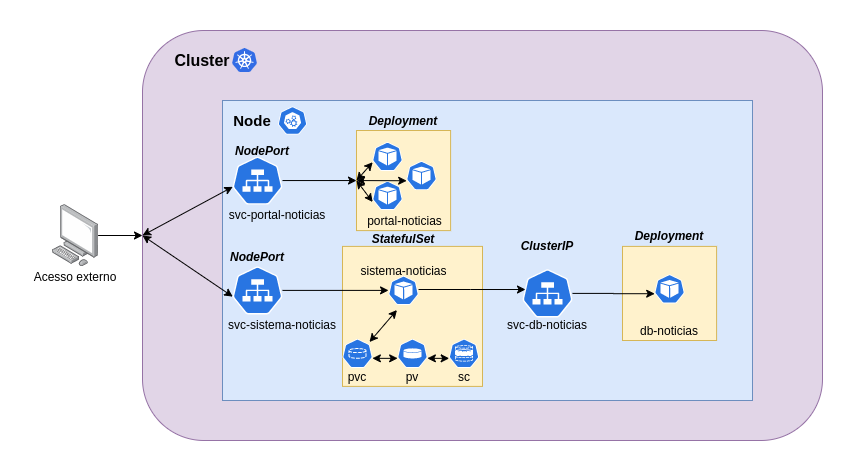
The draw.io diagram project_architecture.png in jonathanmdr/kubernetes, before a commit. Source tidied: cells renumbered, new cells last; positions are measured from the earlier drawing's top-left corner, leaving out a move shared by most shapes.
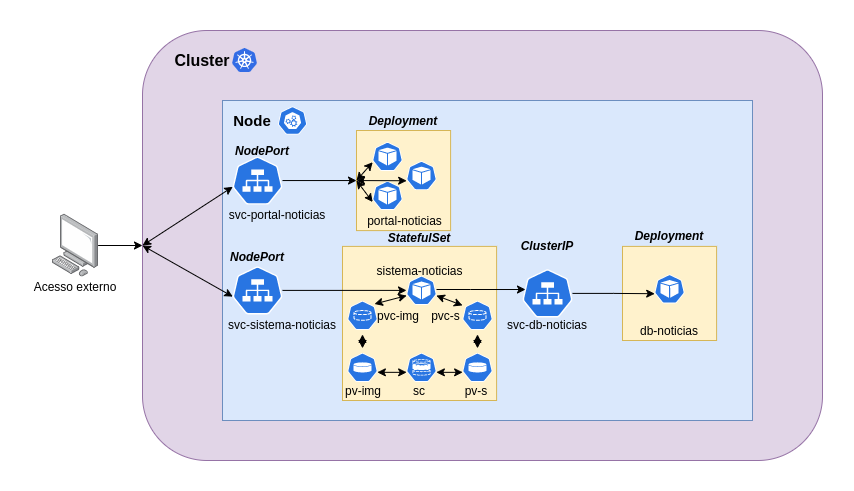
Above is the later version.

Commit message:
Nova imagem da arquitetura

What changed in the source:
```diff
@@ -3,19 +3,19 @@
     <mxCell id="0" />
     <mxCell id="1" parent="0" />
     <mxCell id="2" style="rounded=1;whiteSpace=wrap;html=1;fillColor=#e1d5e7;strokeColor=#9673a6;" parent="1" vertex="1">
-      <mxGeometry x="112" width="680" height="410" as="geometry" />
+      <mxGeometry x="112" width="680" height="430" as="geometry" />
     </mxCell>
     <mxCell id="3" style="edgeStyle=orthogonalEdgeStyle;rounded=0;jettySize=auto;html=1;" parent="1" edge="1" source="4" target="2">
       <mxGeometry relative="1" as="geometry" />
     </mxCell>
     <mxCell id="4" style="points=[];html=1;align=center;shadow=0;dashed=0;image;image=img/lib/allied_telesis/computer_and_terminals/Personal_Computer.svg;" parent="1" vertex="1">
-      <mxGeometry x="22" y="174.1" width="45.6" height="61.8" as="geometry" />
+      <mxGeometry x="22" y="174.1" width="45.6" height="81.8" as="geometry" />
     </mxCell>
     <mxCell id="5" value="&lt;font style=&quot;font-size: 16px&quot;&gt;&lt;b&gt;Cluster&lt;/b&gt;&lt;/font&gt;" style="text;html=1;strokeColor=none;fillColor=none;align=center;verticalAlign=middle;whiteSpace=wrap;rounded=0;" parent="1" vertex="1">
       <mxGeometry x="152" y="20" width="40" height="20" as="geometry" />
     </mxCell>
     <mxCell id="6" style="rounded=0;whiteSpace=wrap;html=1;fillColor=#dae8fc;strokeColor=#6c8ebf;" parent="1" vertex="1">
-      <mxGeometry x="192" y="70" width="530" height="300" as="geometry" />
+      <mxGeometry x="192" y="70" width="530" height="320" as="geometry" />
     </mxCell>
     <mxCell id="7" value="&lt;b&gt;&lt;font style=&quot;font-size: 15px&quot;&gt;Node&lt;/font&gt;&lt;/b&gt;" style="text;html=1;strokeColor=none;fillColor=none;align=center;verticalAlign=middle;whiteSpace=wrap;rounded=0;" parent="1" vertex="1">
       <mxGeometry x="202" y="80" width="40" height="20" as="geometry" />
@@ -42,7 +42,7 @@
       <mxGeometry x="192" y="283.9" width="120" height="20" as="geometry" />
     </mxCell>
     <mxCell id="15" value="Acesso externo" style="text;html=1;strokeColor=none;fillColor=none;align=center;verticalAlign=middle;whiteSpace=wrap;rounded=0;" parent="1" vertex="1">
-      <mxGeometry x="-0.2" y="235.9" width="90" height="20" as="geometry" />
+      <mxGeometry x="-0.2" y="235.9" width="90" height="40" as="geometry" />
     </mxCell>
     <mxCell id="16" value="&lt;b&gt;&lt;i&gt;NodePort&lt;/i&gt;&lt;/b&gt;" style="text;html=1;strokeColor=none;fillColor=none;align=center;verticalAlign=middle;whiteSpace=wrap;rounded=0;" parent="1" vertex="1">
       <mxGeometry x="212" y="110" width="40" height="20" as="geometry" />
@@ -78,10 +78,10 @@
       <mxGeometry x="329.1" y="180.1" width="91" height="20" as="geometry" />
     </mxCell>
     <mxCell id="27" style="whiteSpace=wrap;html=1;fillColor=#fff2cc;strokeColor=#d6b656;" parent="1" vertex="1">
-      <mxGeometry x="312" y="215.9" width="140" height="140" as="geometry" />
+      <mxGeometry x="312" y="215.9" width="154.1" height="154.1" as="geometry" />
     </mxCell>
     <mxCell id="28" value="sistema-noticias" style="text;html=1;strokeColor=none;fillColor=none;align=center;verticalAlign=middle;whiteSpace=wrap;rounded=0;" parent="1" vertex="1">
-      <mxGeometry x="327.5" y="230" width="91" height="20" as="geometry" />
+      <mxGeometry x="343.5" y="230" width="91" height="20" as="geometry" />
     </mxCell>
     <mxCell id="29" style="edgeStyle=orthogonalEdgeStyle;rounded=0;jettySize=auto;html=1;entryX=0.06;entryY=0.428;entryDx=0;entryDy=0;entryPerimeter=0;" parent="1" edge="1" source="30" target="18">
       <mxGeometry relative="1" as="geometry">
@@ -91,13 +91,13 @@
       </mxGeometry>
     </mxCell>
     <mxCell id="30" style="html=1;dashed=0;whitespace=wrap;fillColor=#2875E2;strokeColor=#ffffff;points=[[0.005,0.63,0],[0.1,0.2,0],[0.9,0.2,0],[0.5,0,0],[0.995,0.63,0],[0.72,0.99,0],[0.5,1,0],[0.28,0.99,0]];shape=mxgraph.kubernetes.icon;prIcon=pod;" parent="1" vertex="1">
-      <mxGeometry x="358.1" y="239.9" width="30" height="40" as="geometry" />
+      <mxGeometry x="376" y="239.9" width="30" height="40" as="geometry" />
     </mxCell>
     <mxCell id="31" style="edgeStyle=orthogonalEdgeStyle;rounded=0;jettySize=auto;html=1;" parent="1" edge="1" source="13" target="30">
       <mxGeometry relative="1" as="geometry" />
     </mxCell>
     <mxCell id="32" value="&lt;b&gt;&lt;i&gt;StatefulSet&lt;br&gt;&lt;/i&gt;&lt;/b&gt;" style="text;html=1;strokeColor=none;fillColor=none;align=center;verticalAlign=middle;whiteSpace=wrap;rounded=0;" parent="1" vertex="1">
-      <mxGeometry x="353" y="195" width="40" height="25" as="geometry" />
+      <mxGeometry x="369" y="194.1" width="40" height="25" as="geometry" />
     </mxCell>
     <mxCell id="33" style="whiteSpace=wrap;html=1;fillColor=#fff2cc;strokeColor=#d6b656;" parent="1" vertex="1">
       <mxGeometry x="592" y="215.9" width="94.1" height="94.1" as="geometry" />
@@ -112,13 +112,13 @@
       <mxGeometry x="604" y="290" width="70" height="20" as="geometry" />
     </mxCell>
     <mxCell id="37" style="html=1;dashed=0;whitespace=wrap;fillColor=#2875E2;strokeColor=#ffffff;points=[[0.005,0.63,0],[0.1,0.2,0],[0.9,0.2,0],[0.5,0,0],[0.995,0.63,0],[0.72,0.99,0],[0.5,1,0],[0.28,0.99,0]];shape=mxgraph.kubernetes.icon;prIcon=pvc;" parent="1" vertex="1">
-      <mxGeometry x="312" y="303.9" width="30" height="38" as="geometry" />
+      <mxGeometry x="317" y="265.9" width="30" height="38" as="geometry" />
     </mxCell>
     <mxCell id="38" style="html=1;dashed=0;whitespace=wrap;fillColor=#2875E2;strokeColor=#ffffff;points=[[0.005,0.63,0],[0.1,0.2,0],[0.9,0.2,0],[0.5,0,0],[0.995,0.63,0],[0.72,0.99,0],[0.5,1,0],[0.28,0.99,0]];shape=mxgraph.kubernetes.icon;prIcon=pv;" parent="1" vertex="1">
-      <mxGeometry x="367" y="303.9" width="30" height="38" as="geometry" />
+      <mxGeometry x="317" y="317.9" width="30" height="38" as="geometry" />
     </mxCell>
     <mxCell id="39" style="html=1;dashed=0;whitespace=wrap;fillColor=#2875E2;strokeColor=#ffffff;points=[[0.005,0.63,0],[0.1,0.2,0],[0.9,0.2,0],[0.5,0,0],[0.995,0.63,0],[0.72,0.99,0],[0.5,1,0],[0.28,0.99,0]];shape=mxgraph.kubernetes.icon;prIcon=sc;" parent="1" vertex="1">
-      <mxGeometry x="418.6" y="303.9" width="30" height="38" as="geometry" />
+      <mxGeometry x="376" y="317.9" width="30" height="38" as="geometry" />
     </mxCell>
     <mxCell id="40" style="endArrow=classic;startArrow=classic;html=1;entryX=0.005;entryY=0.63;entryDx=0;entryDy=0;entryPerimeter=0;exitX=0;exitY=0.5;exitDx=0;exitDy=0;" parent="1" edge="1" source="21" target="22">
       <mxGeometry relative="1" as="geometry" />
@@ -132,23 +132,20 @@
     <mxCell id="43" style="edgeStyle=orthogonalEdgeStyle;rounded=0;jettySize=auto;html=1;entryX=0.005;entryY=0.63;entryDx=0;entryDy=0;entryPerimeter=0;" parent="1" edge="1" source="18" target="34">
       <mxGeometry relative="1" as="geometry" />
     </mxCell>
-    <mxCell id="44" style="endArrow=classic;startArrow=classic;html=1;entryX=0.28;entryY=0.99;entryDx=0;entryDy=0;entryPerimeter=0;exitX=0.9;exitY=0.2;exitDx=0;exitDy=0;exitPerimeter=0;" parent="1" edge="1" source="37" target="30">
+    <mxCell id="44" style="endArrow=classic;startArrow=classic;html=1;entryX=0.005;entryY=0.63;entryDx=0;entryDy=0;entryPerimeter=0;exitX=0.9;exitY=0.2;exitDx=0;exitDy=0;exitPerimeter=0;" parent="1" edge="1" source="37" target="30">
       <mxGeometry relative="1" as="geometry" />
     </mxCell>
-    <mxCell id="45" style="endArrow=classic;startArrow=classic;html=1;exitX=0.995;exitY=0.63;exitDx=0;exitDy=0;exitPerimeter=0;entryX=0.005;entryY=0.63;entryDx=0;entryDy=0;entryPerimeter=0;" parent="1" edge="1" source="37" target="38">
-      <mxGeometry relative="1" as="geometry" />
-    </mxCell>
     <mxCell id="46" style="endArrow=classic;startArrow=classic;html=1;exitX=0.995;exitY=0.63;exitDx=0;exitDy=0;exitPerimeter=0;entryX=0.005;entryY=0.63;entryDx=0;entryDy=0;entryPerimeter=0;" parent="1" edge="1" source="38" target="39">
       <mxGeometry relative="1" as="geometry" />
     </mxCell>
-    <mxCell id="47" value="pvc" style="text;html=1;strokeColor=none;fillColor=none;align=center;verticalAlign=middle;whiteSpace=wrap;rounded=0;" parent="1" vertex="1">
-      <mxGeometry x="317" y="335.9" width="20" height="20" as="geometry" />
+    <mxCell id="47" value="pvc-img" style="text;html=1;strokeColor=none;fillColor=none;align=center;verticalAlign=middle;whiteSpace=wrap;rounded=0;" parent="1" vertex="1">
+      <mxGeometry x="343.1" y="274.9" width="50" height="20" as="geometry" />
     </mxCell>
-    <mxCell id="48" value="pv" style="text;html=1;strokeColor=none;fillColor=none;align=center;verticalAlign=middle;whiteSpace=wrap;rounded=0;" parent="1" vertex="1">
-      <mxGeometry x="372" y="335.9" width="20" height="20" as="geometry" />
+    <mxCell id="48" value="pv-img" style="text;html=1;strokeColor=none;fillColor=none;align=center;verticalAlign=middle;whiteSpace=wrap;rounded=0;" parent="1" vertex="1">
+      <mxGeometry x="313.1" y="350" width="40" height="20" as="geometry" />
     </mxCell>
     <mxCell id="49" value="sc" style="text;html=1;strokeColor=none;fillColor=none;align=center;verticalAlign=middle;whiteSpace=wrap;rounded=0;" parent="1" vertex="1">
-      <mxGeometry x="423.6" y="335.9" width="20" height="20" as="geometry" />
+      <mxGeometry x="379.1" y="350" width="20" height="20" as="geometry" />
     </mxCell>
     <mxCell id="50" style="endArrow=classic;startArrow=classic;html=1;entryX=0.005;entryY=0.63;entryDx=0;entryDy=0;entryPerimeter=0;exitX=0;exitY=0.5;exitDx=0;exitDy=0;" parent="1" edge="1" source="2" target="11">
       <mxGeometry relative="1" as="geometry" />
@@ -156,5 +153,29 @@
     <mxCell id="51" style="endArrow=classic;startArrow=classic;html=1;entryX=0.005;entryY=0.63;entryDx=0;entryDy=0;entryPerimeter=0;exitX=0;exitY=0.5;exitDx=0;exitDy=0;" parent="1" edge="1" source="2" target="13">
       <mxGeometry relative="1" as="geometry" />
     </mxCell>
+    <mxCell id="52" style="endArrow=classic;startArrow=classic;html=1;entryX=0.5;entryY=1;entryDx=0;entryDy=0;entryPerimeter=0;exitX=0.5;exitY=0;exitDx=0;exitDy=0;exitPerimeter=0;" parent="1" edge="1" source="38" target="37">
+      <mxGeometry relative="1" as="geometry" />
+    </mxCell>
+    <mxCell id="53" style="html=1;dashed=0;whitespace=wrap;fillColor=#2875E2;strokeColor=#ffffff;points=[[0.005,0.63,0],[0.1,0.2,0],[0.9,0.2,0],[0.5,0,0],[0.995,0.63,0],[0.72,0.99,0],[0.5,1,0],[0.28,0.99,0]];shape=mxgraph.kubernetes.icon;prIcon=pvc;" parent="1" vertex="1">
+      <mxGeometry x="432" y="265.9" width="30" height="38" as="geometry" />
+    </mxCell>
+    <mxCell id="54" style="html=1;dashed=0;whitespace=wrap;fillColor=#2875E2;strokeColor=#ffffff;points=[[0.005,0.63,0],[0.1,0.2,0],[0.9,0.2,0],[0.5,0,0],[0.995,0.63,0],[0.72,0.99,0],[0.5,1,0],[0.28,0.99,0]];shape=mxgraph.kubernetes.icon;prIcon=pv;" parent="1" vertex="1">
+      <mxGeometry x="432" y="317.9" width="30" height="38" as="geometry" />
+    </mxCell>
+    <mxCell id="55" value="pvc-s" style="text;html=1;strokeColor=none;fillColor=none;align=center;verticalAlign=middle;whiteSpace=wrap;rounded=0;" parent="1" vertex="1">
+      <mxGeometry x="399.1" y="274.9" width="33" height="20" as="geometry" />
+    </mxCell>
+    <mxCell id="56" value="pv-s" style="text;html=1;strokeColor=none;fillColor=none;align=center;verticalAlign=middle;whiteSpace=wrap;rounded=0;" parent="1" vertex="1">
+      <mxGeometry x="426.1" y="350" width="40" height="20" as="geometry" />
+    </mxCell>
+    <mxCell id="57" style="endArrow=classic;startArrow=classic;html=1;exitX=0.995;exitY=0.63;exitDx=0;exitDy=0;exitPerimeter=0;entryX=0.005;entryY=0.63;entryDx=0;entryDy=0;entryPerimeter=0;" parent="1" edge="1" source="39" target="54">
+      <mxGeometry relative="1" as="geometry" />
+    </mxCell>
+    <mxCell id="58" style="endArrow=classic;startArrow=classic;html=1;exitX=0.5;exitY=0;exitDx=0;exitDy=0;exitPerimeter=0;entryX=0.5;entryY=1;entryDx=0;entryDy=0;entryPerimeter=0;" parent="1" edge="1" source="54" target="53">
+      <mxGeometry relative="1" as="geometry" />
+    </mxCell>
+    <mxCell id="59" style="endArrow=classic;startArrow=classic;html=1;entryX=0.995;entryY=0.63;entryDx=0;entryDy=0;entryPerimeter=0;exitX=1;exitY=0;exitDx=0;exitDy=0;" parent="1" edge="1" source="55" target="30">
+      <mxGeometry relative="1" as="geometry" />
+    </mxCell>
   </root>
 </mxGraphModel>
```
